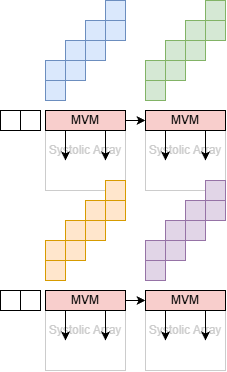
Earlier version of the draw.io export figs/mvm.png (nikopelt/QSA). Source tidied: cells renumbered, new cells last; positions are measured from the earlier drawing's top-left corner, leaving out a move shared by most shapes.
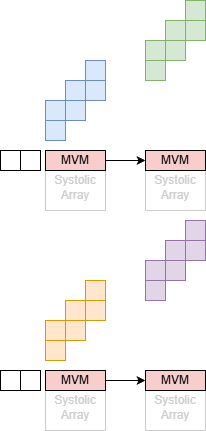
The same file after the commit.

Diff of the diagram source:
```diff
@@ -10,59 +10,43 @@
         </Array>
       </mxGeometry>
     </mxCell>
-    <mxCell id="3" value="&lt;font style=&quot;color: rgb(204, 204, 204);&quot;&gt;Systolic Array&lt;/font&gt;" style="whiteSpace=wrap;html=1;strokeColor=#CCCCCC;" parent="1" vertex="1">
-      <mxGeometry x="45" y="110" width="80" height="80" as="geometry" />
+    <mxCell id="3" value="&lt;div&gt;&lt;font style=&quot;color: rgb(204, 204, 204);&quot;&gt;&lt;br&gt;&lt;/font&gt;&lt;/div&gt;&lt;font style=&quot;color: rgb(204, 204, 204);&quot;&gt;Systolic Array&lt;/font&gt;" style="whiteSpace=wrap;html=1;strokeColor=#CCCCCC;" parent="1" vertex="1">
+      <mxGeometry x="45" y="110" width="60" height="60" as="geometry" />
     </mxCell>
     <mxCell id="4" value="MVM" style="rounded=0;whiteSpace=wrap;html=1;fillColor=#f8cecc;strokeColor=#000000;" parent="1" vertex="1">
-      <mxGeometry x="45" y="110" width="80" height="20" as="geometry" />
+      <mxGeometry x="45" y="110" width="60" height="20" as="geometry" />
     </mxCell>
-    <mxCell id="5" value="&lt;font style=&quot;color: rgb(204, 204, 204);&quot;&gt;Systolic Array&lt;/font&gt;" style="whiteSpace=wrap;html=1;strokeColor=#CCCCCC;" parent="1" vertex="1">
-      <mxGeometry x="145" y="110" width="80" height="80" as="geometry" />
+    <mxCell id="5" value="&lt;div&gt;&lt;font style=&quot;color: rgb(204, 204, 204);&quot;&gt;&lt;br&gt;&lt;/font&gt;&lt;/div&gt;&lt;font style=&quot;color: rgb(204, 204, 204);&quot;&gt;Systolic Array&lt;/font&gt;" style="whiteSpace=wrap;html=1;strokeColor=#CCCCCC;" parent="1" vertex="1">
+      <mxGeometry x="145" y="110" width="60" height="60" as="geometry" />
     </mxCell>
-    <mxCell id="6" style="edgeStyle=orthogonalEdgeStyle;rounded=0;jettySize=auto;html=1;" parent="1" edge="1" source="8">
-      <mxGeometry relative="1" as="geometry">
-        <mxPoint x="165" y="160" as="targetPoint" />
-        <Array as="points">
-          <mxPoint x="165" y="160" />
-        </Array>
-      </mxGeometry>
-    </mxCell>
-    <mxCell id="7" style="edgeStyle=orthogonalEdgeStyle;rounded=0;jettySize=auto;html=1;" parent="1" edge="1" source="8">
-      <mxGeometry relative="1" as="geometry">
-        <mxPoint x="205" y="160" as="targetPoint" />
-        <Array as="points">
-          <mxPoint x="205" y="160" />
-        </Array>
-      </mxGeometry>
-    </mxCell>
     <mxCell id="8" value="MVM" style="rounded=0;whiteSpace=wrap;html=1;fillColor=#f8cecc;strokeColor=#000000;" parent="1" vertex="1">
-      <mxGeometry x="145" y="110" width="80" height="20" as="geometry" />
+      <mxGeometry x="145" y="110" width="60" height="20" as="geometry" />
     </mxCell>
     <mxCell id="9" style="edgeStyle=orthogonalEdgeStyle;rounded=0;jettySize=auto;html=1;entryX=0;entryY=0.5;entryDx=0;entryDy=0;" parent="1" edge="1" source="10" target="13">
       <mxGeometry relative="1" as="geometry">
         <Array as="points">
-          <mxPoint x="135" y="300" />
-          <mxPoint x="135" y="300" />
+          <mxPoint x="135" y="340" />
+          <mxPoint x="135" y="340" />
         </Array>
       </mxGeometry>
     </mxCell>
-    <mxCell id="10" value="&lt;font style=&quot;color: rgb(204, 204, 204);&quot;&gt;Systolic Array&lt;/font&gt;" style="whiteSpace=wrap;html=1;strokeColor=#CCCCCC;" parent="1" vertex="1">
-      <mxGeometry x="45" y="290" width="80" height="80" as="geometry" />
+    <mxCell id="10" value="&lt;div&gt;&lt;font style=&quot;color: rgb(204, 204, 204);&quot;&gt;&lt;br&gt;&lt;/font&gt;&lt;/div&gt;&lt;font style=&quot;color: rgb(204, 204, 204);&quot;&gt;Systolic Array&lt;/font&gt;" style="whiteSpace=wrap;html=1;strokeColor=#CCCCCC;" parent="1" vertex="1">
+      <mxGeometry x="45" y="330" width="60" height="60" as="geometry" />
     </mxCell>
     <mxCell id="11" value="MVM" style="rounded=0;whiteSpace=wrap;html=1;fillColor=#f8cecc;strokeColor=#000000;" parent="1" vertex="1">
-      <mxGeometry x="45" y="290" width="80" height="20" as="geometry" />
+      <mxGeometry x="45" y="330" width="60" height="20" as="geometry" />
     </mxCell>
-    <mxCell id="12" value="&lt;font style=&quot;color: rgb(204, 204, 204);&quot;&gt;Systolic Array&lt;/font&gt;" style="whiteSpace=wrap;html=1;strokeColor=#CCCCCC;" parent="1" vertex="1">
-      <mxGeometry x="145" y="290" width="80" height="80" as="geometry" />
+    <mxCell id="12" value="&lt;div&gt;&lt;font style=&quot;color: rgb(204, 204, 204);&quot;&gt;&lt;br&gt;&lt;/font&gt;&lt;/div&gt;&lt;font style=&quot;color: rgb(204, 204, 204);&quot;&gt;Systolic Array&lt;/font&gt;" style="whiteSpace=wrap;html=1;strokeColor=#CCCCCC;" parent="1" vertex="1">
+      <mxGeometry x="145" y="330" width="60" height="60" as="geometry" />
     </mxCell>
     <mxCell id="13" value="MVM" style="rounded=0;whiteSpace=wrap;html=1;fillColor=#f8cecc;strokeColor=#000000;" parent="1" vertex="1">
-      <mxGeometry x="145" y="290" width="80" height="20" as="geometry" />
+      <mxGeometry x="145" y="330" width="60" height="20" as="geometry" />
     </mxCell>
     <mxCell id="14" style="rounded=0;whiteSpace=wrap;html=1;" parent="1" vertex="1">
-      <mxGeometry x="20" y="290" width="20" height="20" as="geometry" />
+      <mxGeometry x="20" y="330" width="20" height="20" as="geometry" />
     </mxCell>
     <mxCell id="15" style="rounded=0;whiteSpace=wrap;html=1;" parent="1" vertex="1">
-      <mxGeometry y="290" width="20" height="20" as="geometry" />
+      <mxGeometry y="330" width="20" height="20" as="geometry" />
     </mxCell>
     <mxCell id="16" style="rounded=0;whiteSpace=wrap;html=1;" parent="1" vertex="1">
       <mxGeometry x="20" y="110" width="20" height="20" as="geometry" />
@@ -88,137 +72,59 @@
     <mxCell id="23" style="rounded=0;whiteSpace=wrap;html=1;fillColor=#dae8fc;strokeColor=#6c8ebf;" parent="1" vertex="1">
       <mxGeometry x="85" y="40" width="20" height="20" as="geometry" />
     </mxCell>
-    <mxCell id="24" style="rounded=0;whiteSpace=wrap;html=1;fillColor=#dae8fc;strokeColor=#6c8ebf;" parent="1" vertex="1">
-      <mxGeometry x="105" width="20" height="20" as="geometry" />
-    </mxCell>
-    <mxCell id="25" style="rounded=0;whiteSpace=wrap;html=1;fillColor=#dae8fc;strokeColor=#6c8ebf;" parent="1" vertex="1">
-      <mxGeometry x="105" y="20" width="20" height="20" as="geometry" />
-    </mxCell>
     <mxCell id="26" style="rounded=0;whiteSpace=wrap;html=1;fillColor=#e1d5e7;strokeColor=#9673a6;" parent="1" vertex="1">
-      <mxGeometry x="145" y="240" width="20" height="20" as="geometry" />
+      <mxGeometry x="145" y="220" width="20" height="20" as="geometry" />
     </mxCell>
     <mxCell id="27" style="rounded=0;whiteSpace=wrap;html=1;fillColor=#e1d5e7;strokeColor=#9673a6;" parent="1" vertex="1">
-      <mxGeometry x="145" y="260" width="20" height="20" as="geometry" />
+      <mxGeometry x="145" y="240" width="20" height="20" as="geometry" />
     </mxCell>
     <mxCell id="28" style="rounded=0;whiteSpace=wrap;html=1;fillColor=#e1d5e7;strokeColor=#9673a6;" parent="1" vertex="1">
-      <mxGeometry x="165" y="220" width="20" height="20" as="geometry" />
+      <mxGeometry x="165" y="200" width="20" height="20" as="geometry" />
     </mxCell>
     <mxCell id="29" style="rounded=0;whiteSpace=wrap;html=1;fillColor=#e1d5e7;strokeColor=#9673a6;" parent="1" vertex="1">
-      <mxGeometry x="165" y="240" width="20" height="20" as="geometry" />
+      <mxGeometry x="165" y="220" width="20" height="20" as="geometry" />
     </mxCell>
     <mxCell id="30" style="rounded=0;whiteSpace=wrap;html=1;fillColor=#e1d5e7;strokeColor=#9673a6;" parent="1" vertex="1">
-      <mxGeometry x="185" y="200" width="20" height="20" as="geometry" />
+      <mxGeometry x="185" y="180" width="20" height="20" as="geometry" />
     </mxCell>
     <mxCell id="31" style="rounded=0;whiteSpace=wrap;html=1;fillColor=#e1d5e7;strokeColor=#9673a6;" parent="1" vertex="1">
-      <mxGeometry x="185" y="220" width="20" height="20" as="geometry" />
+      <mxGeometry x="185" y="200" width="20" height="20" as="geometry" />
     </mxCell>
-    <mxCell id="32" style="rounded=0;whiteSpace=wrap;html=1;fillColor=#e1d5e7;strokeColor=#9673a6;" parent="1" vertex="1">
-      <mxGeometry x="205" y="180" width="20" height="20" as="geometry" />
-    </mxCell>
-    <mxCell id="33" style="rounded=0;whiteSpace=wrap;html=1;fillColor=#e1d5e7;strokeColor=#9673a6;" parent="1" vertex="1">
-      <mxGeometry x="205" y="200" width="20" height="20" as="geometry" />
-    </mxCell>
     <mxCell id="34" style="rounded=0;whiteSpace=wrap;html=1;fillColor=#ffe6cc;strokeColor=#d79b00;" parent="1" vertex="1">
-      <mxGeometry x="45" y="240" width="20" height="20" as="geometry" />
+      <mxGeometry x="45" y="280" width="20" height="20" as="geometry" />
     </mxCell>
     <mxCell id="35" style="rounded=0;whiteSpace=wrap;html=1;fillColor=#ffe6cc;strokeColor=#d79b00;" parent="1" vertex="1">
-      <mxGeometry x="45" y="260" width="20" height="20" as="geometry" />
+      <mxGeometry x="45" y="300" width="20" height="20" as="geometry" />
     </mxCell>
     <mxCell id="36" style="rounded=0;whiteSpace=wrap;html=1;fillColor=#ffe6cc;strokeColor=#d79b00;" parent="1" vertex="1">
-      <mxGeometry x="65" y="220" width="20" height="20" as="geometry" />
+      <mxGeometry x="65" y="260" width="20" height="20" as="geometry" />
     </mxCell>
     <mxCell id="37" style="rounded=0;whiteSpace=wrap;html=1;fillColor=#ffe6cc;strokeColor=#d79b00;" parent="1" vertex="1">
-      <mxGeometry x="65" y="240" width="20" height="20" as="geometry" />
+      <mxGeometry x="65" y="280" width="20" height="20" as="geometry" />
     </mxCell>
     <mxCell id="38" style="rounded=0;whiteSpace=wrap;html=1;fillColor=#ffe6cc;strokeColor=#d79b00;" parent="1" vertex="1">
-      <mxGeometry x="85" y="200" width="20" height="20" as="geometry" />
+      <mxGeometry x="85" y="240" width="20" height="20" as="geometry" />
     </mxCell>
     <mxCell id="39" style="rounded=0;whiteSpace=wrap;html=1;fillColor=#ffe6cc;strokeColor=#d79b00;" parent="1" vertex="1">
-      <mxGeometry x="85" y="220" width="20" height="20" as="geometry" />
+      <mxGeometry x="85" y="260" width="20" height="20" as="geometry" />
     </mxCell>
-    <mxCell id="40" style="rounded=0;whiteSpace=wrap;html=1;fillColor=#ffe6cc;strokeColor=#d79b00;" parent="1" vertex="1">
-      <mxGeometry x="105" y="180" width="20" height="20" as="geometry" />
-    </mxCell>
-    <mxCell id="41" style="rounded=0;whiteSpace=wrap;html=1;fillColor=#ffe6cc;strokeColor=#d79b00;" parent="1" vertex="1">
-      <mxGeometry x="105" y="200" width="20" height="20" as="geometry" />
-    </mxCell>
     <mxCell id="42" style="rounded=0;whiteSpace=wrap;html=1;fillColor=#d5e8d4;strokeColor=#82b366;" parent="1" vertex="1">
-      <mxGeometry x="145" y="60" width="20" height="20" as="geometry" />
+      <mxGeometry x="145" width="20" height="20" as="geometry" />
     </mxCell>
     <mxCell id="43" style="rounded=0;whiteSpace=wrap;html=1;fillColor=#d5e8d4;strokeColor=#82b366;" parent="1" vertex="1">
-      <mxGeometry x="145" y="80" width="20" height="20" as="geometry" />
+      <mxGeometry x="145" y="20" width="20" height="20" as="geometry" />
     </mxCell>
     <mxCell id="44" style="rounded=0;whiteSpace=wrap;html=1;fillColor=#d5e8d4;strokeColor=#82b366;" parent="1" vertex="1">
-      <mxGeometry x="165" y="40" width="20" height="20" as="geometry" />
+      <mxGeometry x="165" y="-20" width="20" height="20" as="geometry" />
     </mxCell>
     <mxCell id="45" style="rounded=0;whiteSpace=wrap;html=1;fillColor=#d5e8d4;strokeColor=#82b366;" parent="1" vertex="1">
-      <mxGeometry x="165" y="60" width="20" height="20" as="geometry" />
+      <mxGeometry x="165" width="20" height="20" as="geometry" />
     </mxCell>
     <mxCell id="46" style="rounded=0;whiteSpace=wrap;html=1;fillColor=#d5e8d4;strokeColor=#82b366;" parent="1" vertex="1">
-      <mxGeometry x="185" y="20" width="20" height="20" as="geometry" />
+      <mxGeometry x="185" y="-40" width="20" height="20" as="geometry" />
     </mxCell>
     <mxCell id="47" style="rounded=0;whiteSpace=wrap;html=1;fillColor=#d5e8d4;strokeColor=#82b366;" parent="1" vertex="1">
-      <mxGeometry x="185" y="40" width="20" height="20" as="geometry" />
+      <mxGeometry x="185" y="-20" width="20" height="20" as="geometry" />
     </mxCell>
-    <mxCell id="48" style="rounded=0;whiteSpace=wrap;html=1;fillColor=#d5e8d4;strokeColor=#82b366;" parent="1" vertex="1">
-      <mxGeometry x="205" width="20" height="20" as="geometry" />
-    </mxCell>
-    <mxCell id="49" style="rounded=0;whiteSpace=wrap;html=1;fillColor=#d5e8d4;strokeColor=#82b366;" parent="1" vertex="1">
-      <mxGeometry x="205" y="20" width="20" height="20" as="geometry" />
-    </mxCell>
-    <mxCell id="50" style="edgeStyle=orthogonalEdgeStyle;rounded=0;orthogonalLoop=1;jettySize=auto;html=1;" parent="1" edge="1">
-      <mxGeometry relative="1" as="geometry">
-        <mxPoint x="65" y="130" as="sourcePoint" />
-        <mxPoint x="65" y="160" as="targetPoint" />
-        <Array as="points">
-          <mxPoint x="65" y="160" />
-        </Array>
-      </mxGeometry>
-    </mxCell>
-    <mxCell id="51" style="edgeStyle=orthogonalEdgeStyle;rounded=0;orthogonalLoop=1;jettySize=auto;html=1;" parent="1" edge="1">
-      <mxGeometry relative="1" as="geometry">
-        <mxPoint x="105" y="130" as="sourcePoint" />
-        <mxPoint x="105" y="160" as="targetPoint" />
-        <Array as="points">
-          <mxPoint x="105" y="160" />
-        </Array>
-      </mxGeometry>
-    </mxCell>
-    <mxCell id="52" style="edgeStyle=orthogonalEdgeStyle;rounded=0;orthogonalLoop=1;jettySize=auto;html=1;" parent="1" edge="1">
-      <mxGeometry relative="1" as="geometry">
-        <mxPoint x="65" y="310" as="sourcePoint" />
-        <mxPoint x="65" y="340" as="targetPoint" />
-        <Array as="points">
-          <mxPoint x="65" y="340" />
-        </Array>
-      </mxGeometry>
-    </mxCell>
-    <mxCell id="53" style="edgeStyle=orthogonalEdgeStyle;rounded=0;orthogonalLoop=1;jettySize=auto;html=1;" parent="1" edge="1">
-      <mxGeometry relative="1" as="geometry">
-        <mxPoint x="105" y="310" as="sourcePoint" />
-        <mxPoint x="105" y="340" as="targetPoint" />
-        <Array as="points">
-          <mxPoint x="105" y="340" />
-        </Array>
-      </mxGeometry>
-    </mxCell>
-    <mxCell id="54" style="edgeStyle=orthogonalEdgeStyle;rounded=0;orthogonalLoop=1;jettySize=auto;html=1;" parent="1" edge="1">
-      <mxGeometry relative="1" as="geometry">
-        <mxPoint x="165" y="310" as="sourcePoint" />
-        <mxPoint x="165" y="340" as="targetPoint" />
-        <Array as="points">
-          <mxPoint x="165" y="340" />
-        </Array>
-      </mxGeometry>
-    </mxCell>
-    <mxCell id="55" style="edgeStyle=orthogonalEdgeStyle;rounded=0;orthogonalLoop=1;jettySize=auto;html=1;" parent="1" edge="1">
-      <mxGeometry relative="1" as="geometry">
-        <mxPoint x="205" y="310" as="sourcePoint" />
-        <mxPoint x="205" y="340" as="targetPoint" />
-        <Array as="points">
-          <mxPoint x="205" y="340" />
-        </Array>
-      </mxGeometry>
-    </mxCell>
   </root>
 </mxGraphModel>
```
